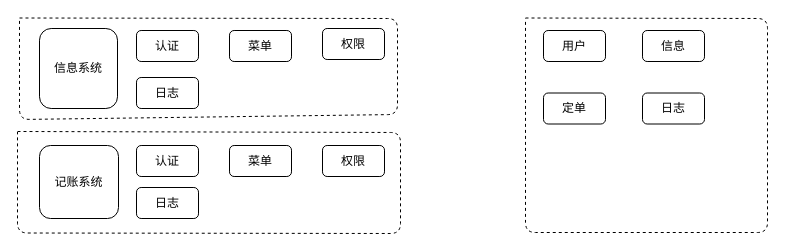
Above: ocot-jiagou.drawio in yiuked/diagram (draw.io), before the change. Source tidied: cells renumbered, new cells numbered last; positions are measured from the earlier drawing's top-left corner, leaving out a move shared by most shapes. Both pictures are drawn from the tidied source at 100%, with x=0, y=0 at pixel (17, 17).
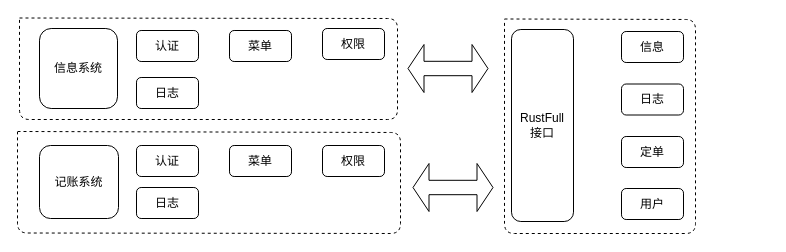
The same page after the edit.

Diff of the diagram source:
```diff
@@
     <mxCell id="4" style="endArrow=none;dashed=1;html=1;" parent="1" edge="1">
       <mxGeometry relative="1" as="geometry">
         <mxPoint x="2" y="0.5" as="sourcePoint" />
         <mxPoint x="2" y="1" as="targetPoint" />
         <Array as="points">
           <mxPoint x="380" y="1" />
-          <mxPoint x="380" y="97" />
+          <mxPoint x="380" y="102" />
           <mxPoint x="2" y="102" />
         </Array>
       </mxGeometry>
     </mxCell>
@@
     <mxCell id="10" style="endArrow=none;dashed=1;html=1;" parent="1" edge="1">
       <mxGeometry relative="1" as="geometry">
-        <mxPoint x="508" y="0.5" as="sourcePoint" />
-        <mxPoint x="508" y="1" as="targetPoint" />
+        <mxPoint x="487" y="1.5" as="sourcePoint" />
+        <mxPoint x="487" y="2" as="targetPoint" />
         <Array as="points">
-          <mxPoint x="750" y="1" />
-          <mxPoint x="750" y="215" />
-          <mxPoint x="508" y="215" />
+          <mxPoint x="678" y="2" />
+          <mxPoint x="678" y="216" />
+          <mxPoint x="487" y="216" />
         </Array>
       </mxGeometry>
     </mxCell>
@@
     <mxCell id="15" value="用户" style="rounded=1;whiteSpace=wrap;html=1;" parent="1" vertex="1">
-      <mxGeometry x="526" y="13" width="62" height="31" as="geometry" />
+      <mxGeometry x="604" y="171" width="62" height="31" as="geometry" />
     </mxCell>
     <mxCell id="16" value="信息" style="rounded=1;whiteSpace=wrap;html=1;" parent="1" vertex="1">
-      <mxGeometry x="625" y="13" width="62" height="31" as="geometry" />
+      <mxGeometry x="604" y="14" width="62" height="31" as="geometry" />
     </mxCell>
     <mxCell id="17" value="定单" style="rounded=1;whiteSpace=wrap;html=1;" parent="1" vertex="1">
-      <mxGeometry x="526" y="75.5" width="62" height="31" as="geometry" />
+      <mxGeometry x="604" y="119" width="62" height="31" as="geometry" />
     </mxCell>
     <mxCell id="18" value="日志" style="rounded=1;whiteSpace=wrap;html=1;" parent="1" vertex="1">
-      <mxGeometry x="625" y="75.5" width="62" height="31" as="geometry" />
+      <mxGeometry x="604" y="66.5" width="62" height="31" as="geometry" />
     </mxCell>
+    <mxCell id="19" value="RustFull&lt;br&gt;接口" style="rounded=1;whiteSpace=wrap;html=1;" parent="1" vertex="1">
+      <mxGeometry x="494" y="12" width="62" height="192" as="geometry" />
+    </mxCell>
+    <mxCell id="20" style="shape=doubleArrow;whiteSpace=wrap;html=1;" parent="1" vertex="1">
+      <mxGeometry x="390.5" y="27" width="80" height="48" as="geometry" />
+    </mxCell>
+    <mxCell id="21" style="shape=doubleArrow;whiteSpace=wrap;html=1;" parent="1" vertex="1">
+      <mxGeometry x="395.5" y="146" width="80" height="48" as="geometry" />
+    </mxCell>
```
